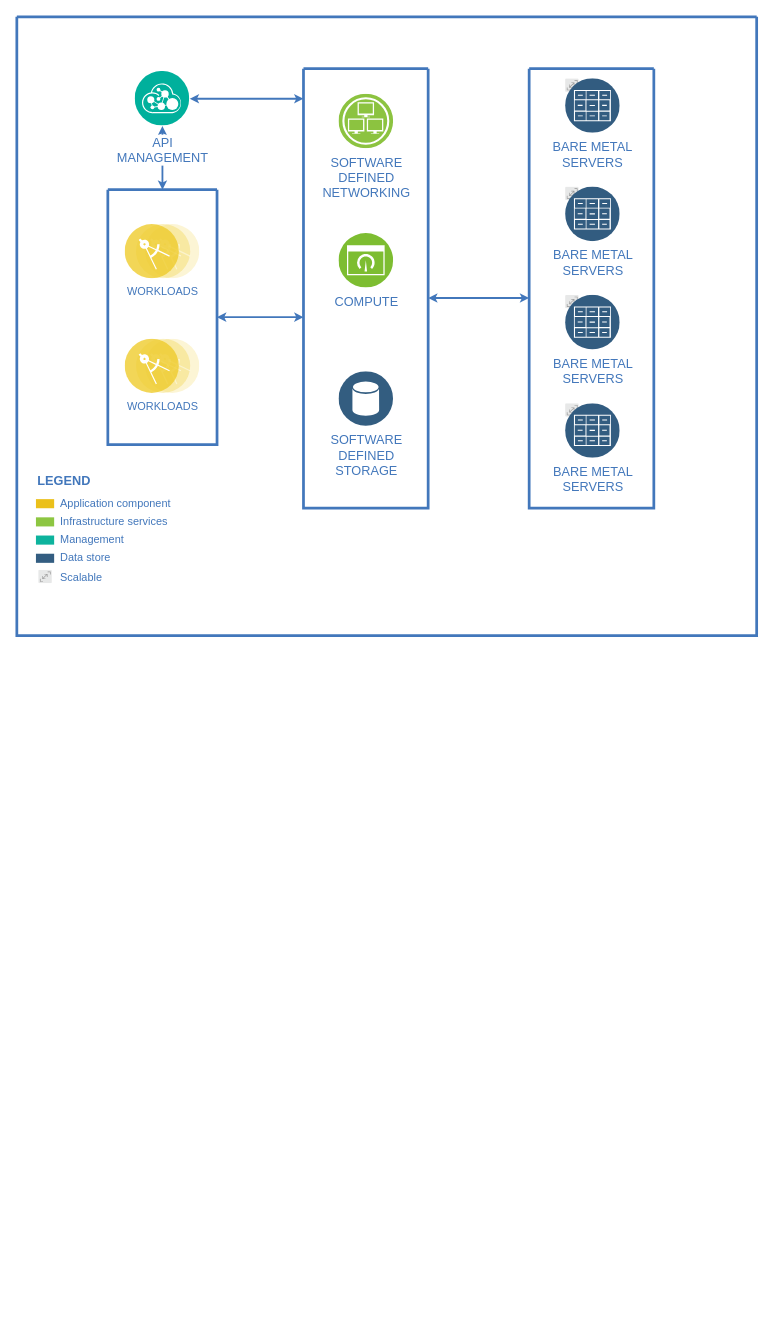
Above: Untitled Diagram.drawio in Aquamarine11011/hello-world (draw.io), before the change. Source tidied: cells renumbered, new cells numbered last; positions are measured from the earlier drawing's top-left corner, leaving out a move shared by most shapes. Both pictures are drawn from the tidied source at 91%, with x=0, y=0 at pixel (16, 16).
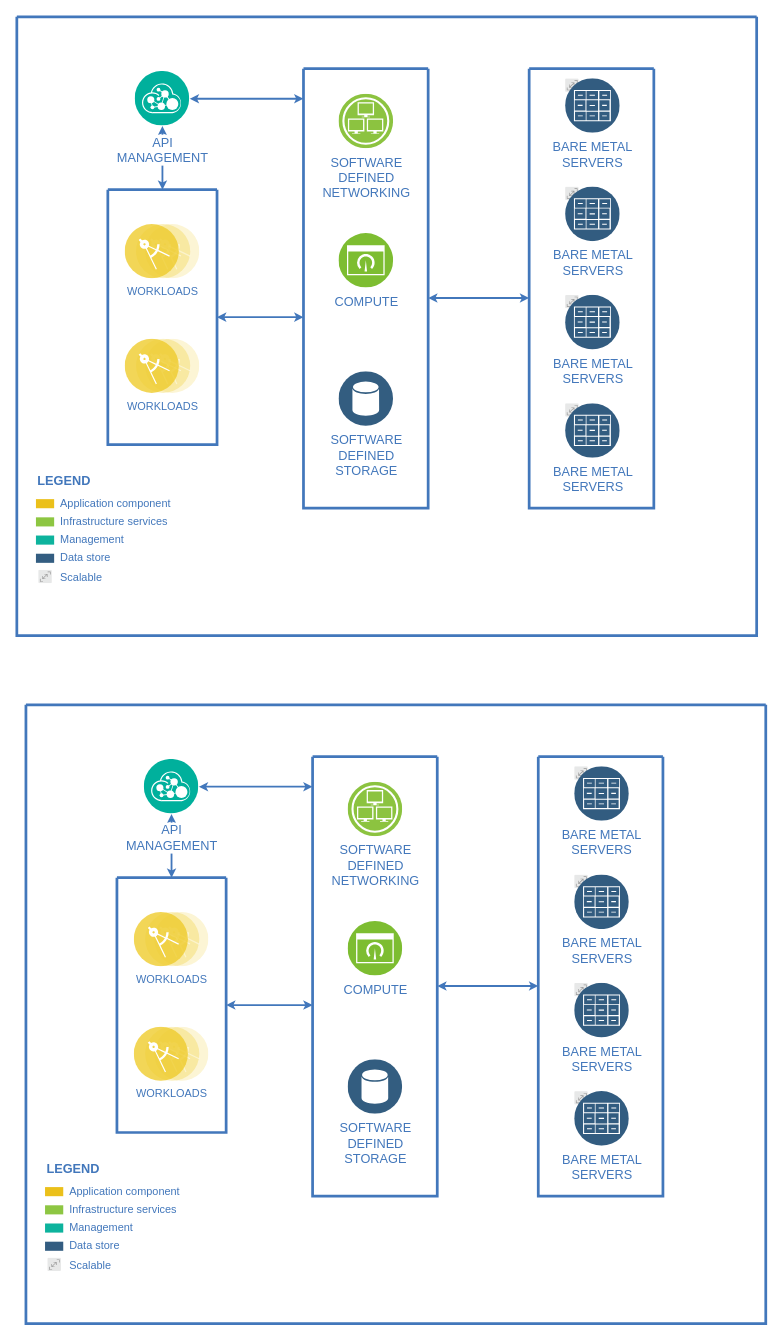
The same diagram, later.

Diff of the diagram source:
```diff
@@
+    <mxCell id="34" style="swimlane;shadow=0;strokeColor=#4277BB;fillColor=#ffffff;fontColor=#4277BB;align=right;startSize=0;strokeWidth=3;" parent="1" vertex="1">
+      <mxGeometry x="10" y="756" width="813" height="680" as="geometry" />
+    </mxCell>
+    <mxCell id="35" style="edgeStyle=elbowEdgeStyle;rounded=0;elbow=vertical;html=1;labelBackgroundColor=#ffffff;startArrow=classic;startFill=1;startSize=4;endArrow=classic;endFill=1;endSize=4;jettySize=auto;strokeColor=#4277BB;strokeWidth=2;fontSize=14;fontColor=#4277BB;" parent="34" edge="1" source="44" target="48">
+      <mxGeometry relative="1" as="geometry" />
+    </mxCell>
+    <mxCell id="36" style="edgeStyle=elbowEdgeStyle;rounded=0;elbow=vertical;html=1;labelBackgroundColor=#ffffff;startArrow=classic;startFill=1;startSize=4;endArrow=classic;endFill=1;endSize=4;jettySize=auto;strokeColor=#4277BB;strokeWidth=2;fontSize=14;fontColor=#4277BB;" parent="34" edge="1" source="45" target="48">
+      <mxGeometry relative="1" as="geometry" />
+    </mxCell>
+    <mxCell id="37" style="edgeStyle=elbowEdgeStyle;rounded=0;elbow=vertical;html=1;entryX=0;entryY=0.522;entryPerimeter=0;labelBackgroundColor=#ffffff;startArrow=classic;startFill=1;startSize=4;endArrow=classic;endFill=1;endSize=4;jettySize=auto;strokeColor=#4277BB;strokeWidth=2;fontSize=14;fontColor=#4277BB;" parent="34" edge="1" source="48" target="52">
+      <mxGeometry relative="1" as="geometry" />
+    </mxCell>
+    <mxCell id="38" style="edgeStyle=elbowEdgeStyle;rounded=0;elbow=vertical;html=1;labelBackgroundColor=#ffffff;startArrow=classic;startFill=1;startSize=4;endArrow=classic;endFill=1;endSize=4;jettySize=auto;strokeColor=#4277BB;strokeWidth=2;fontSize=14;fontColor=#4277BB;" parent="34" edge="1" source="44" target="45">
+      <mxGeometry relative="1" as="geometry" />
+    </mxCell>
+    <mxCell id="39" value="Application component" style="rounded=0;html=1;shadow=0;labelBackgroundColor=none;strokeColor=none;strokeWidth=2;fillColor=#EBC01A;gradientColor=none;fontSize=12;fontColor=#4277BB;align=left;labelPosition=right;verticalLabelPosition=middle;verticalAlign=middle;spacingLeft=5;" parent="34" vertex="1">
+      <mxGeometry x="21" y="530" width="20" height="10" as="geometry" />
+    </mxCell>
+    <mxCell id="40" value="Infrastructure services" style="rounded=0;html=1;shadow=0;labelBackgroundColor=none;strokeColor=none;strokeWidth=2;fillColor=#8DC642;gradientColor=none;fontSize=12;fontColor=#4277BB;align=left;labelPosition=right;verticalLabelPosition=middle;verticalAlign=middle;spacingLeft=5;" parent="34" vertex="1">
+      <mxGeometry x="21" y="550" width="20" height="10" as="geometry" />
+    </mxCell>
+    <mxCell id="41" value="Management" style="rounded=0;html=1;shadow=0;labelBackgroundColor=none;strokeColor=none;strokeWidth=2;fillColor=#0DB39D;gradientColor=none;fontSize=12;fontColor=#4277BB;align=left;labelPosition=right;verticalLabelPosition=middle;verticalAlign=middle;spacingLeft=5;" parent="34" vertex="1">
+      <mxGeometry x="21" y="570" width="20" height="10" as="geometry" />
+    </mxCell>
+    <mxCell id="42" value="Data store" style="rounded=0;html=1;shadow=0;labelBackgroundColor=none;strokeColor=none;strokeWidth=2;fillColor=#335D81;gradientColor=none;fontSize=12;fontColor=#4277BB;align=left;labelPosition=right;verticalLabelPosition=middle;verticalAlign=middle;spacingLeft=5;" parent="34" vertex="1">
+      <mxGeometry x="21" y="590" width="20" height="10" as="geometry" />
+    </mxCell>
+    <mxCell id="43" value="LEGEND" style="text;html=1;align=left;verticalAlign=middle;fontColor=#4277BB;shadow=0;dashed=0;strokeColor=none;fillColor=none;labelBackgroundColor=none;fontStyle=1;fontSize=14;spacingLeft=0;" parent="34" vertex="1">
+      <mxGeometry x="21" y="500" width="150" height="20" as="geometry" />
+    </mxCell>
+    <mxCell id="44" value="API&lt;div&gt;MANAGEMENT&lt;/div&gt;" style="perimeter=ellipsePerimeter;html=1;align=center;shadow=0;dashed=0;image;image=img/lib/ibm/management/api_management.svg;rounded=1;labelBackgroundColor=#ffffff;strokeColor=#666666;strokeWidth=3;fillColor=#C2952D;gradientColor=none;fontSize=14;fontColor=#4277BB;spacingTop=3;" parent="34" vertex="1">
+      <mxGeometry x="130" y="60" width="60" height="60" as="geometry" />
+    </mxCell>
+    <mxCell id="45" style="swimlane;shadow=0;strokeColor=#4277BB;fillColor=#ffffff;fontColor=#4277BB;align=right;startSize=0;strokeWidth=3;" parent="34" vertex="1">
+      <mxGeometry x="100" y="190" width="120" height="280" as="geometry" />
+    </mxCell>
+    <mxCell id="46" value="WORKLOADS" style="perimeter=ellipsePerimeter;html=1;align=center;shadow=0;dashed=0;image;image=img/lib/ibm/applications/microservice.svg;labelBackgroundColor=#ffffff;strokeColor=#666666;strokeWidth=3;fillColor=#C2952D;gradientColor=none;fontSize=12;fontColor=#4277BB;" parent="45" vertex="1">
+      <mxGeometry x="19" y="38" width="82" height="60" as="geometry" />
+    </mxCell>
+    <mxCell id="47" value="WORKLOADS" style="perimeter=ellipsePerimeter;html=1;align=center;shadow=0;dashed=0;image;image=img/lib/ibm/applications/microservice.svg;labelBackgroundColor=#ffffff;strokeColor=#666666;strokeWidth=3;fillColor=#C2952D;gradientColor=none;fontSize=12;fontColor=#4277BB;" parent="45" vertex="1">
+      <mxGeometry x="19" y="164" width="82" height="60" as="geometry" />
+    </mxCell>
+    <mxCell id="48" style="swimlane;shadow=0;strokeColor=#4277BB;fillColor=#ffffff;fontColor=#4277BB;align=right;startSize=0;strokeWidth=3;" parent="34" vertex="1">
+      <mxGeometry x="315" y="57" width="137" height="483" as="geometry" />
+    </mxCell>
+    <mxCell id="49" value="SOFTWARE&lt;div&gt;DEFINED&lt;/div&gt;&lt;div&gt;NETWORKING&lt;/div&gt;" style="perimeter=ellipsePerimeter;html=1;align=center;shadow=0;dashed=0;image;image=img/lib/ibm/infrastructure/infrastructure_services.svg;rounded=1;labelBackgroundColor=#ffffff;strokeColor=#666666;strokeWidth=3;fillColor=#C2952D;gradientColor=none;fontSize=14;fontColor=#4277BB;" parent="48" vertex="1">
+      <mxGeometry x="39" y="28" width="60" height="60" as="geometry" />
+    </mxCell>
+    <mxCell id="50" value="COMPUTE" style="perimeter=ellipsePerimeter;html=1;align=center;shadow=0;dashed=0;image;image=img/lib/ibm/infrastructure/dashboard.svg;rounded=1;labelBackgroundColor=#ffffff;strokeColor=#666666;strokeWidth=3;fillColor=#C2952D;gradientColor=none;fontSize=14;fontColor=#4277BB;" parent="48" vertex="1">
+      <mxGeometry x="39" y="181" width="60" height="60" as="geometry" />
+    </mxCell>
+    <mxCell id="51" value="SOFTWARE&lt;div&gt;DEFINED&lt;/div&gt;&lt;div&gt;STORAGE&lt;/div&gt;" style="perimeter=ellipsePerimeter;html=1;align=center;shadow=0;dashed=0;image;image=img/lib/ibm/data/data_services.svg;rounded=1;labelBackgroundColor=#ffffff;strokeColor=#666666;strokeWidth=3;fillColor=#C2952D;gradientColor=none;fontSize=14;fontColor=#4277BB;" parent="48" vertex="1">
+      <mxGeometry x="39" y="333" width="60" height="60" as="geometry" />
+    </mxCell>
+    <mxCell id="52" style="swimlane;shadow=0;strokeColor=#4277BB;fillColor=#ffffff;fontColor=#4277BB;align=right;startSize=0;strokeWidth=3;" parent="34" vertex="1">
+      <mxGeometry x="563" y="57" width="137" height="483" as="geometry" />
+    </mxCell>
+    <mxCell id="53" value="BARE METAL&#10;SERVERS" style="group;fontSize=14;fontColor=#4277BB;labelPosition=center;verticalLabelPosition=bottom;align=center;verticalAlign=top;labelBackgroundColor=#ffffff;" parent="52" vertex="1">
+      <mxGeometry x="40" y="11" width="60" height="60" as="geometry" />
+    </mxCell>
+    <mxCell id="54" style="perimeter=ellipsePerimeter;html=1;align=center;shadow=0;dashed=0;image;image=img/lib/ibm/miscellaneous/scalable.svg;rounded=1;labelBackgroundColor=none;strokeColor=#666666;strokeWidth=3;fillColor=#C2952D;gradientColor=none;fontSize=14;fontColor=#4277BB;" parent="53" vertex="1">
+      <mxGeometry width="15" height="15" as="geometry" />
+    </mxCell>
+    <mxCell id="55" style="perimeter=ellipsePerimeter;html=1;align=center;shadow=0;dashed=0;image;image=img/lib/ibm/data/file_repository.svg;rounded=1;labelBackgroundColor=none;strokeColor=#666666;strokeWidth=3;fillColor=#C2952D;gradientColor=none;fontSize=14;fontColor=#4277BB;" parent="53" vertex="1">
+      <mxGeometry width="60" height="60" as="geometry" />
+    </mxCell>
+    <mxCell id="56" style="group;fontSize=14;fontColor=#4277BB;labelBackgroundColor=#ffffff;" parent="52" vertex="1">
+      <mxGeometry x="40" y="130" width="60" height="60" as="geometry" />
+    </mxCell>
+    <mxCell id="57" style="perimeter=ellipsePerimeter;html=1;align=center;shadow=0;dashed=0;image;image=img/lib/ibm/miscellaneous/scalable.svg;rounded=1;labelBackgroundColor=none;strokeColor=#666666;strokeWidth=3;fillColor=#C2952D;gradientColor=none;fontSize=14;fontColor=#4277BB;" parent="56" vertex="1">
+      <mxGeometry width="15" height="15" as="geometry" />
+    </mxCell>
+    <mxCell id="58" value="BARE METAL&lt;br&gt;SERVERS" style="perimeter=ellipsePerimeter;html=1;align=center;shadow=0;dashed=0;image;image=img/lib/ibm/data/file_repository.svg;rounded=1;labelBackgroundColor=none;strokeColor=#666666;strokeWidth=3;fillColor=#C2952D;gradientColor=none;fontSize=14;fontColor=#4277BB;" parent="56" vertex="1">
+      <mxGeometry width="60" height="60" as="geometry" />
+    </mxCell>
+    <mxCell id="59" style="group;fontSize=14;fontColor=#4277BB;labelBackgroundColor=#ffffff;" parent="52" vertex="1">
+      <mxGeometry x="40" y="249" width="60" height="60" as="geometry" />
+    </mxCell>
+    <mxCell id="60" style="perimeter=ellipsePerimeter;html=1;align=center;shadow=0;dashed=0;image;image=img/lib/ibm/miscellaneous/scalable.svg;rounded=1;labelBackgroundColor=none;strokeColor=#666666;strokeWidth=3;fillColor=#C2952D;gradientColor=none;fontSize=14;fontColor=#4277BB;" parent="59" vertex="1">
+      <mxGeometry width="15" height="15" as="geometry" />
+    </mxCell>
+    <mxCell id="61" value="BARE METAL&lt;br&gt;SERVERS" style="perimeter=ellipsePerimeter;html=1;align=center;shadow=0;dashed=0;image;image=img/lib/ibm/data/file_repository.svg;rounded=1;labelBackgroundColor=none;strokeColor=#666666;strokeWidth=3;fillColor=#C2952D;gradientColor=none;fontSize=14;fontColor=#4277BB;" parent="59" vertex="1">
+      <mxGeometry width="60" height="60" as="geometry" />
+    </mxCell>
+    <mxCell id="62" style="group;fontSize=14;fontColor=#4277BB;labelBackgroundColor=#ffffff;" parent="52" vertex="1">
+      <mxGeometry x="40" y="368" width="60" height="60" as="geometry" />
+    </mxCell>
+    <mxCell id="63" style="perimeter=ellipsePerimeter;html=1;align=center;shadow=0;dashed=0;image;image=img/lib/ibm/miscellaneous/scalable.svg;rounded=1;labelBackgroundColor=none;strokeColor=#666666;strokeWidth=3;fillColor=#C2952D;gradientColor=none;fontSize=14;fontColor=#4277BB;" parent="62" vertex="1">
+      <mxGeometry width="15" height="15" as="geometry" />
+    </mxCell>
+    <mxCell id="64" value="BARE METAL&lt;br&gt;SERVERS" style="perimeter=ellipsePerimeter;html=1;align=center;shadow=0;dashed=0;image;image=img/lib/ibm/data/file_repository.svg;rounded=1;labelBackgroundColor=none;strokeColor=#666666;strokeWidth=3;fillColor=#C2952D;gradientColor=none;fontSize=14;fontColor=#4277BB;" parent="62" vertex="1">
+      <mxGeometry width="60" height="60" as="geometry" />
+    </mxCell>
+    <mxCell id="65" value="Scalable" style="perimeter=ellipsePerimeter;html=1;align=left;shadow=0;image;image=img/lib/ibm/miscellaneous/scalable.svg;rounded=0;labelBackgroundColor=none;strokeColor=none;strokeWidth=2;fillColor=#335D81;gradientColor=none;fontSize=12;fontColor=#4277BB;verticalAlign=middle;spacingLeft=7;labelPosition=right;verticalLabelPosition=middle;" parent="34" vertex="1">
+      <mxGeometry x="24" y="608" width="15" height="15" as="geometry" />
+    </mxCell>
```
